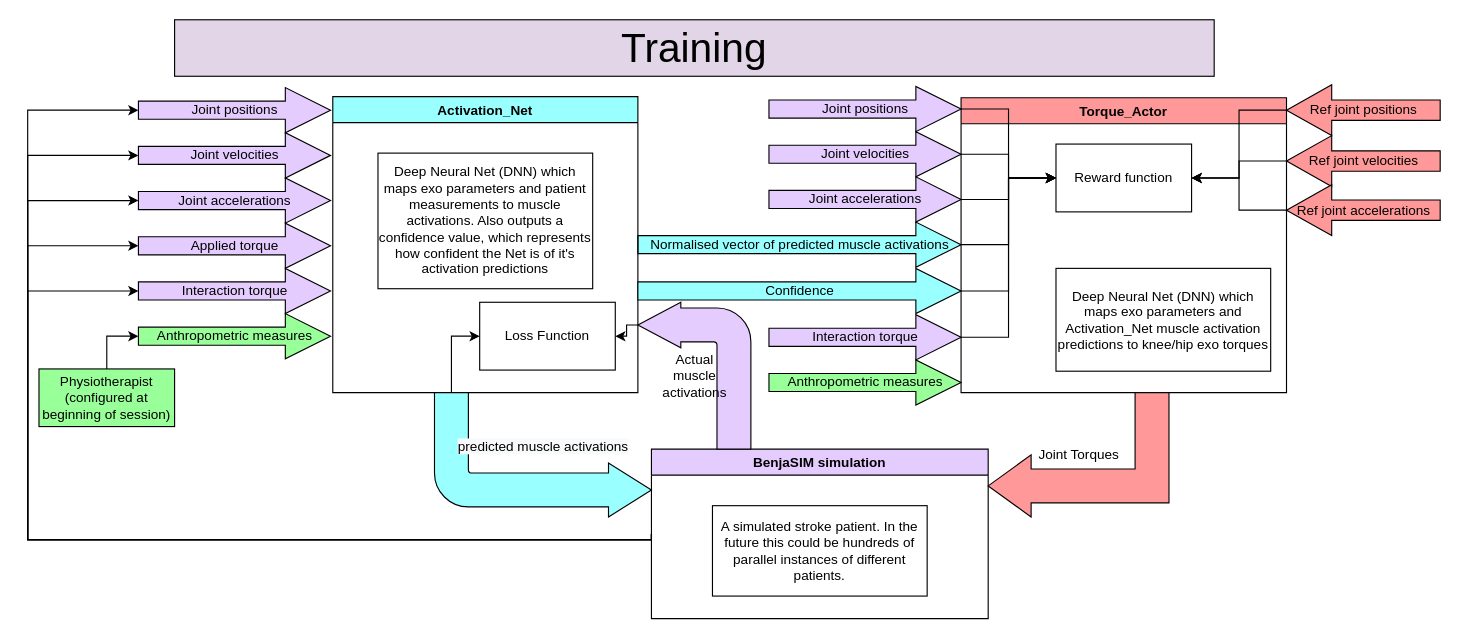
Earlier version of the draw.io diagram Exo_Net_train.drawio (LeoCain/MASS_EXO). Source tidied: cells renumbered, new cells numbered last; positions are measured from the earlier drawing's top-left corner, leaving out a move shared by most shapes. Both pictures are drawn from the tidied source at 113%, with x=0, y=0 at pixel (27, 19).
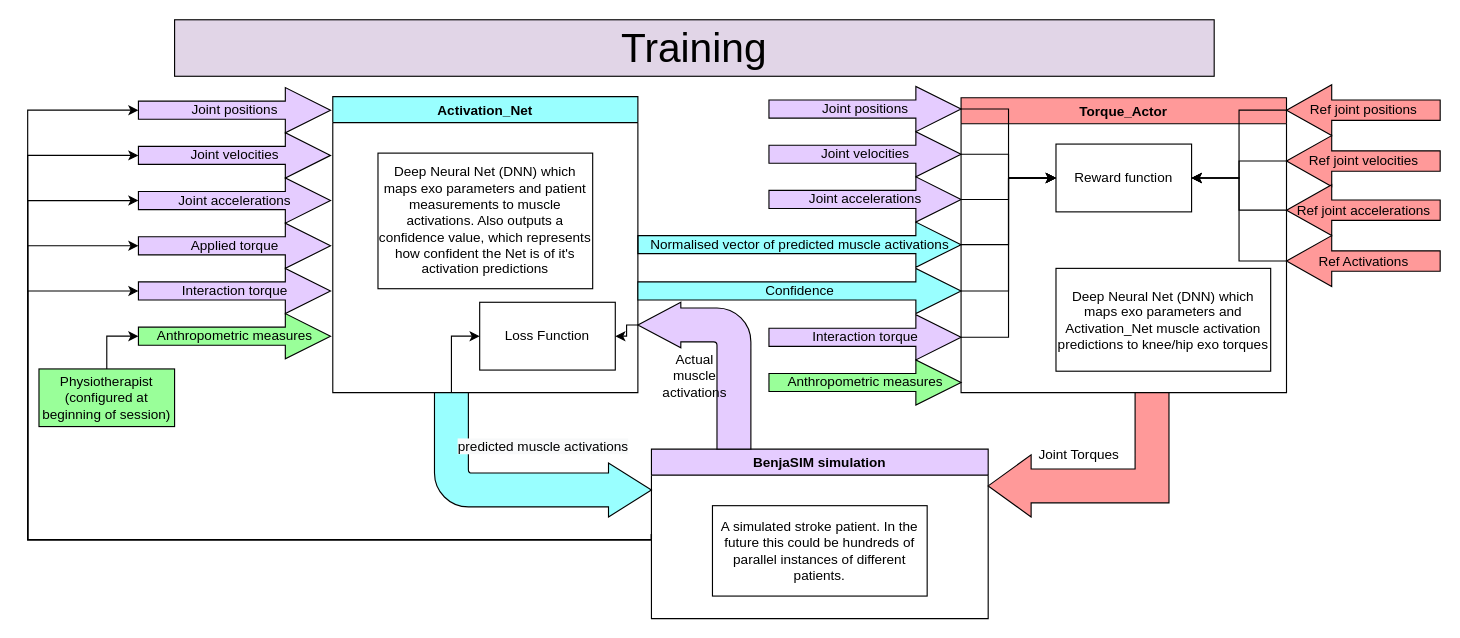
After the change.

Commit message:
added input to t actor

The change refers to these unchanged cells:
```xml
<mxCell id="11" value="Reward function" style="rounded=0;whiteSpace=wrap;html=1;fillColor=#FFFFFF;" parent="9" vertex="1">
  <mxGeometry x="84" y="41" width="120" height="60" as="geometry" />
</mxCell>
```

The edit, as a diff of the source:
```diff
@@
+    <mxCell id="48" style="edgeStyle=orthogonalEdgeStyle;rounded=0;jettySize=auto;html=1;exitX=1;exitY=0.5;exitDx=0;exitDy=0;exitPerimeter=0;entryX=1;entryY=0.5;entryDx=0;entryDy=0;" parent="1" edge="1" source="49" target="11">
+      <mxGeometry relative="1" as="geometry" />
+    </mxCell>
+    <mxCell id="49" value="Ref Activations" style="html=1;shadow=0;dashed=0;align=center;verticalAlign=middle;shape=mxgraph.arrows2.arrow;dy=0.6;dx=40;flipH=1;notch=0;fillColor=#FF9999;" parent="1" vertex="1">
+      <mxGeometry x="1114" y="191" width="136" height="45" as="geometry" />
+    </mxCell>
```
